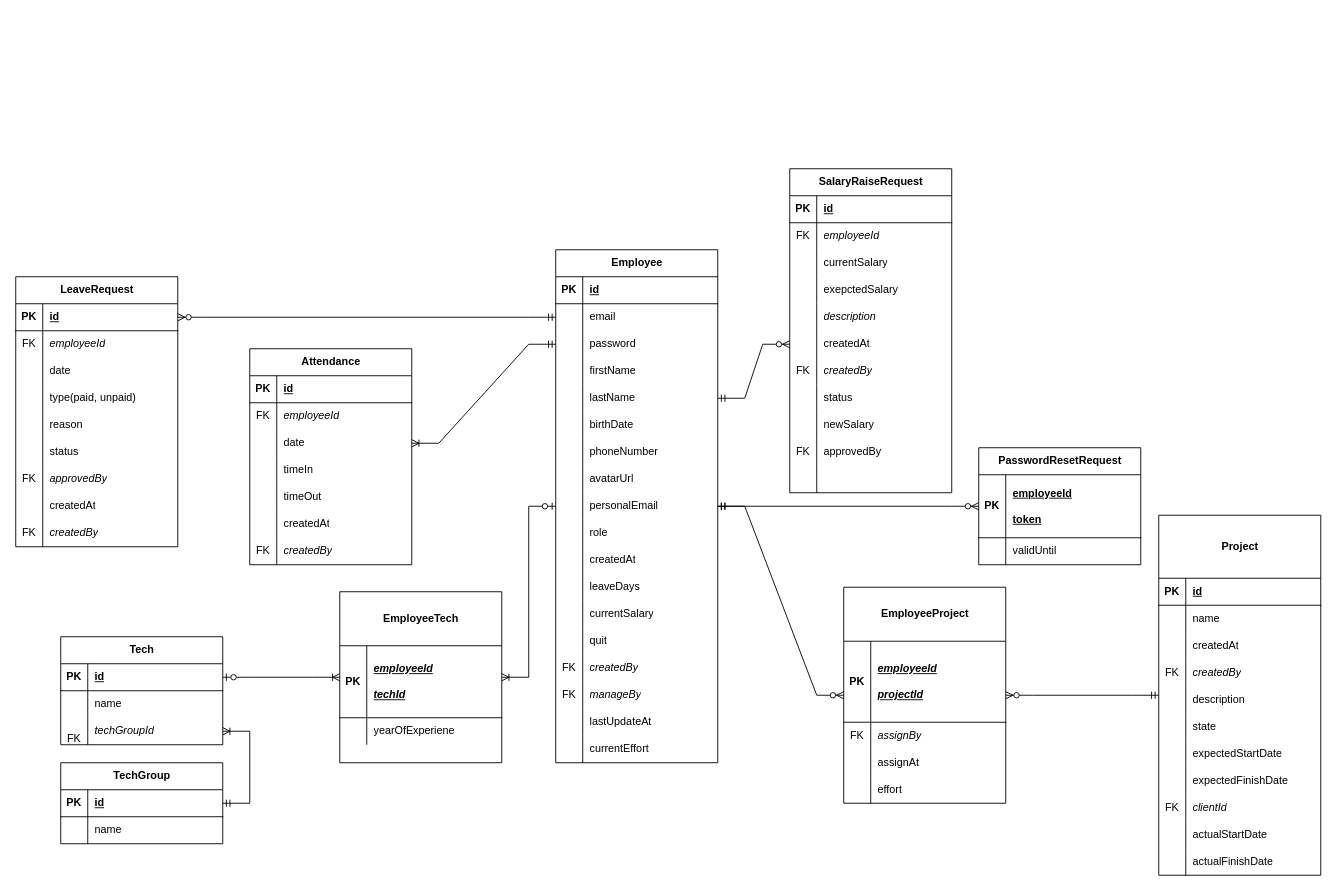
Earlier version of the draw.io diagram EntityRelationshipDiagram.drawio (LeQuiLong7/VMO_HumanManagementProject). Source tidied: cells renumbered, new cells numbered last; positions are measured from the earlier drawing's top-left corner, leaving out a move shared by most shapes. Both pictures are drawn from the tidied source at 90%, with x=0, y=0 at pixel (-210, 168).
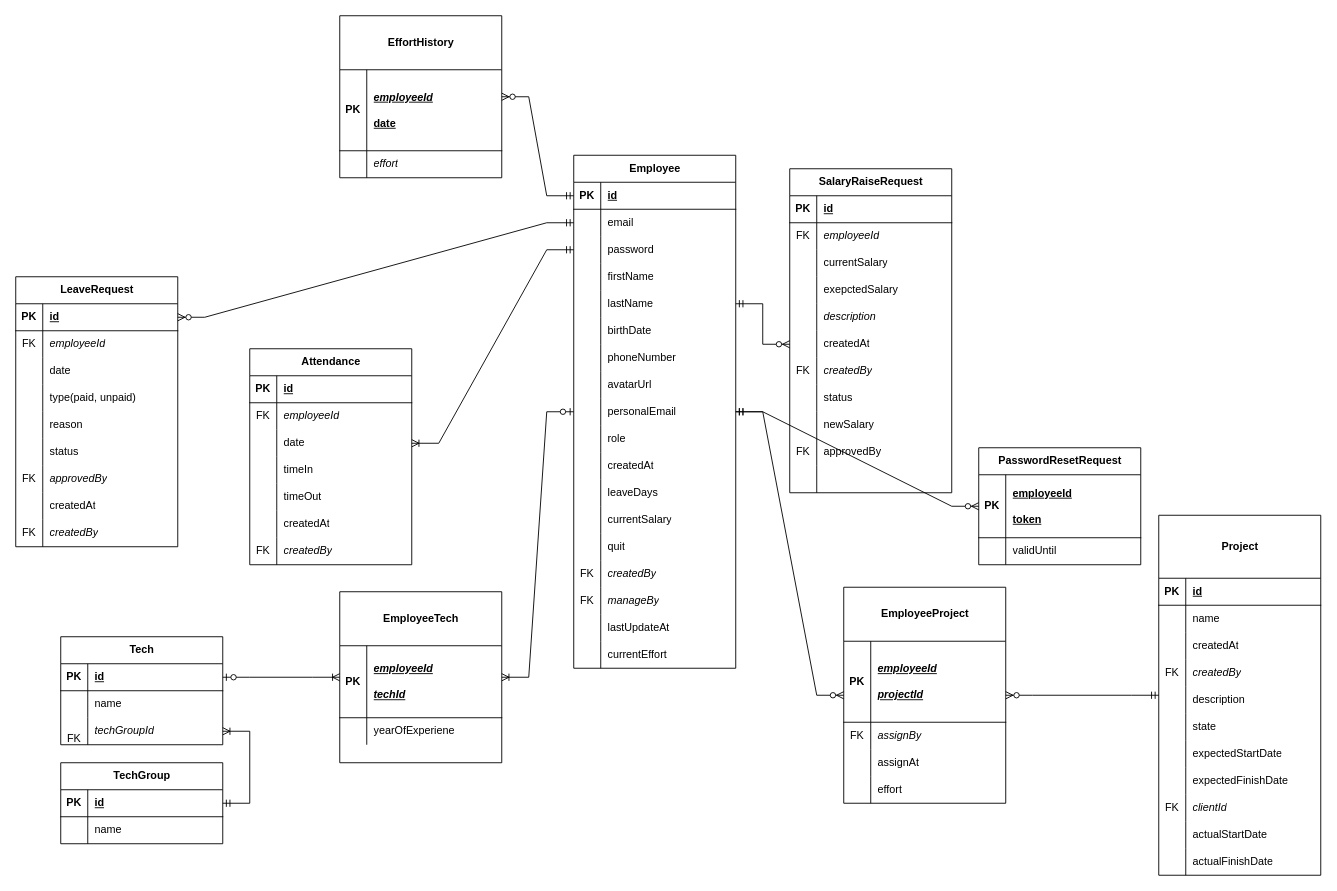
The same page after the edit.

Commit message (it also covers changes not shown here):
front end: add linear chat for effort visualization

The change refers to these unchanged cells:
```xml
<mxCell id="61" style="shape=tableRow;horizontal=0;startSize=0;swimlaneHead=0;swimlaneBody=0;fillColor=none;points=[[0,0.5],[1,0.5]];portConstraint=eastwest;top=0;left=0;right=0;bottom=1;" parent="60" vertex="1">
  <mxGeometry y="30" width="180" height="30" as="geometry" />
</mxCell>
```

The edit, as a diff of the source:
```diff
@@
     <mxCell id="60" value="Employee" style="shape=table;startSize=30;childLayout=tableLayout;rowLines=0;fontStyle=1;align=center;html=1;" parent="1" vertex="1">
-      <mxGeometry x="850" y="90" width="180" height="570" as="geometry" />
+      <mxGeometry x="870" y="-15" width="180" height="570" as="geometry" />
     </mxCell>
@@
+    <mxCell id="228" value="EffortHistory" style="shape=table;startSize=60;childLayout=tableLayout;rowLines=0;fontStyle=1;align=center;html=1;" parent="1" vertex="1">
+      <mxGeometry x="610" y="-170" width="180" height="180" as="geometry" />
+    </mxCell>
+    <mxCell id="229" style="shape=tableRow;horizontal=0;startSize=0;swimlaneHead=0;swimlaneBody=0;fillColor=none;top=0;left=0;right=0;bottom=1;" parent="228" vertex="1">
+      <mxGeometry y="60" width="180" height="90" as="geometry" />
+    </mxCell>
+    <mxCell id="230" value="PK" style="shape=partialRectangle;fillColor=none;top=0;left=0;bottom=0;right=0;fontStyle=1;overflow=hidden;whiteSpace=wrap;html=1;" parent="229" vertex="1">
+      <mxGeometry width="30" height="90" as="geometry" />
+    </mxCell>
+    <mxCell id="231" value="&lt;i&gt;employeeId&lt;/i&gt;&lt;div&gt;&lt;i&gt;&lt;br&gt;&lt;/i&gt;&lt;/div&gt;&lt;div&gt;date&lt;/div&gt;" style="shape=partialRectangle;fillColor=none;top=0;left=0;bottom=0;right=0;align=left;spacingLeft=6;fontStyle=5;overflow=hidden;whiteSpace=wrap;html=1;" parent="229" vertex="1">
+      <mxGeometry x="30" width="150" height="90" as="geometry" />
+    </mxCell>
+    <mxCell id="232" style="shape=tableRow;horizontal=0;startSize=0;swimlaneHead=0;swimlaneBody=0;fillColor=none;top=0;left=0;right=0;bottom=0;" parent="228" vertex="1">
+      <mxGeometry y="150" width="180" height="30" as="geometry" />
+    </mxCell>
+    <mxCell id="233" style="shape=partialRectangle;fillColor=none;top=0;left=0;bottom=0;right=0;overflow=hidden;whiteSpace=wrap;html=1;" parent="232" vertex="1">
+      <mxGeometry width="30" height="30" as="geometry" />
+    </mxCell>
+    <mxCell id="234" value="&lt;i&gt;effort&lt;/i&gt;" style="shape=partialRectangle;fillColor=none;top=0;left=0;bottom=0;right=0;align=left;spacingLeft=6;overflow=hidden;whiteSpace=wrap;html=1;" parent="232" vertex="1">
+      <mxGeometry x="30" width="150" height="30" as="geometry" />
+    </mxCell>
+    <mxCell id="235" style="edgeStyle=entityRelationEdgeStyle;fontSize=12;html=1;endArrow=ERzeroToMany;startArrow=ERmandOne;rounded=0;" parent="1" edge="1" source="61" target="228">
+      <mxGeometry relative="1" as="geometry" />
+    </mxCell>
```
